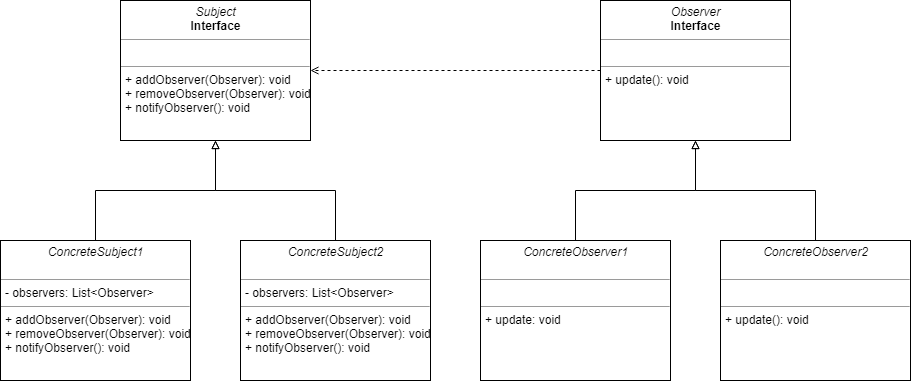
Above: observer-pattern/observer-pattern.png in kan01234/design-patterns (draw.io), before the change. Source tidied: cells renumbered, new cells last; positions are measured from the earlier drawing's top-left corner, leaving out a move shared by most shapes. Its diagram source:
```xml
<mxGraphModel>
  <root>
    <mxCell id="0" />
    <mxCell id="1" parent="0" />
    <mxCell id="2" value="&lt;p style=&quot;margin: 0px ; margin-top: 4px ; text-align: center&quot;&gt;&lt;i&gt;Subject&lt;/i&gt;&lt;br&gt;&lt;b&gt;Interface&lt;/b&gt;&lt;/p&gt;&lt;hr size=&quot;1&quot;&gt;&lt;p style=&quot;margin: 0px ; margin-left: 4px&quot;&gt;&lt;br&gt;&lt;/p&gt;&lt;hr size=&quot;1&quot;&gt;&lt;p style=&quot;margin: 0px ; margin-left: 4px&quot;&gt;+ addObserver(Observer): void&lt;br&gt;+ removeObserver(Observer): void&lt;/p&gt;&lt;p style=&quot;margin: 0px ; margin-left: 4px&quot;&gt;+ notifyObserver(): void&lt;/p&gt;" style="verticalAlign=top;align=left;overflow=fill;fontSize=12;fontFamily=Helvetica;html=1;" parent="1" vertex="1">
      <mxGeometry x="120" width="190" height="140" as="geometry" />
    </mxCell>
    <mxCell id="3" style="edgeStyle=orthogonalEdgeStyle;rounded=0;jettySize=auto;html=1;exitX=0;exitY=0.5;exitDx=0;exitDy=0;entryX=1;entryY=0.5;entryDx=0;entryDy=0;dashed=1;endArrow=open;endFill=0;" parent="1" edge="1" source="4" target="2">
      <mxGeometry relative="1" as="geometry" />
    </mxCell>
    <mxCell id="4" value="&lt;p style=&quot;margin: 0px ; margin-top: 4px ; text-align: center&quot;&gt;&lt;i&gt;Observer&lt;/i&gt;&lt;br&gt;&lt;b&gt;Interface&lt;/b&gt;&lt;/p&gt;&lt;hr size=&quot;1&quot;&gt;&lt;p style=&quot;margin: 0px ; margin-left: 4px&quot;&gt;&lt;br&gt;&lt;/p&gt;&lt;hr size=&quot;1&quot;&gt;&lt;p style=&quot;margin: 0px ; margin-left: 4px&quot;&gt;+ update(): void&lt;br&gt;&lt;br&gt;&lt;/p&gt;" style="verticalAlign=top;align=left;overflow=fill;fontSize=12;fontFamily=Helvetica;html=1;" parent="1" vertex="1">
      <mxGeometry x="600" width="190" height="140" as="geometry" />
    </mxCell>
    <mxCell id="5" style="edgeStyle=orthogonalEdgeStyle;rounded=0;jettySize=auto;html=1;exitX=0.5;exitY=0;exitDx=0;exitDy=0;entryX=0.5;entryY=1;entryDx=0;entryDy=0;endArrow=block;endFill=0;" parent="1" edge="1" source="6" target="2">
      <mxGeometry relative="1" as="geometry" />
    </mxCell>
    <mxCell id="6" value="&lt;p style=&quot;margin: 0px ; margin-top: 4px ; text-align: center&quot;&gt;&lt;i&gt;ConcreteSubject1&lt;/i&gt;&lt;br&gt;&lt;br&gt;&lt;/p&gt;&lt;hr size=&quot;1&quot;&gt;&lt;p style=&quot;margin: 0px ; margin-left: 4px&quot;&gt;- observers: List&amp;lt;Observer&amp;gt;&lt;/p&gt;&lt;hr size=&quot;1&quot;&gt;&lt;p style=&quot;margin: 0px ; margin-left: 4px&quot;&gt;+ addObserver(Observer): void&lt;br&gt;+ removeObserver(Observer): void&lt;/p&gt;&lt;p style=&quot;margin: 0px ; margin-left: 4px&quot;&gt;+ notifyObserver(): void&lt;/p&gt;" style="verticalAlign=top;align=left;overflow=fill;fontSize=12;fontFamily=Helvetica;html=1;" parent="1" vertex="1">
      <mxGeometry y="240" width="190" height="140" as="geometry" />
    </mxCell>
    <mxCell id="7" style="edgeStyle=orthogonalEdgeStyle;rounded=0;jettySize=auto;html=1;exitX=0.5;exitY=0;exitDx=0;exitDy=0;endArrow=block;endFill=0;entryX=0.5;entryY=1;entryDx=0;entryDy=0;" parent="1" edge="1" source="8" target="2">
      <mxGeometry relative="1" as="geometry" />
    </mxCell>
    <mxCell id="8" value="&lt;p style=&quot;margin: 0px ; margin-top: 4px ; text-align: center&quot;&gt;&lt;i&gt;ConcreteSubject2&lt;/i&gt;&lt;br&gt;&lt;br&gt;&lt;/p&gt;&lt;hr size=&quot;1&quot;&gt;&lt;p style=&quot;margin: 0px ; margin-left: 4px&quot;&gt;- observers: List&amp;lt;Observer&amp;gt;&lt;/p&gt;&lt;hr size=&quot;1&quot;&gt;&lt;p style=&quot;margin: 0px ; margin-left: 4px&quot;&gt;+ addObserver(Observer): void&lt;br&gt;+ removeObserver(Observer): void&lt;/p&gt;&lt;p style=&quot;margin: 0px ; margin-left: 4px&quot;&gt;+ notifyObserver(): void&lt;/p&gt;" style="verticalAlign=top;align=left;overflow=fill;fontSize=12;fontFamily=Helvetica;html=1;" parent="1" vertex="1">
      <mxGeometry x="240" y="240" width="190" height="140" as="geometry" />
    </mxCell>
    <mxCell id="9" style="edgeStyle=orthogonalEdgeStyle;rounded=0;jettySize=auto;html=1;exitX=0.5;exitY=0;exitDx=0;exitDy=0;entryX=0.5;entryY=1;entryDx=0;entryDy=0;endArrow=block;endFill=0;" parent="1" edge="1" source="10" target="4">
      <mxGeometry relative="1" as="geometry" />
    </mxCell>
    <mxCell id="10" value="&lt;p style=&quot;margin: 0px ; margin-top: 4px ; text-align: center&quot;&gt;&lt;i&gt;ConcreteObserver1&lt;/i&gt;&lt;br&gt;&lt;br&gt;&lt;/p&gt;&lt;hr size=&quot;1&quot;&gt;&lt;p style=&quot;margin: 0px ; margin-left: 4px&quot;&gt;&lt;br&gt;&lt;/p&gt;&lt;hr size=&quot;1&quot;&gt;&lt;p style=&quot;margin: 0px ; margin-left: 4px&quot;&gt;+ update: void&lt;/p&gt;" style="verticalAlign=top;align=left;overflow=fill;fontSize=12;fontFamily=Helvetica;html=1;" parent="1" vertex="1">
      <mxGeometry x="480" y="240" width="190" height="140" as="geometry" />
    </mxCell>
    <mxCell id="11" style="edgeStyle=orthogonalEdgeStyle;rounded=0;jettySize=auto;html=1;exitX=0.5;exitY=0;exitDx=0;exitDy=0;entryX=0.5;entryY=1;entryDx=0;entryDy=0;endArrow=block;endFill=0;" parent="1" edge="1" source="12" target="4">
      <mxGeometry relative="1" as="geometry" />
    </mxCell>
    <mxCell id="12" value="&lt;p style=&quot;margin: 0px ; margin-top: 4px ; text-align: center&quot;&gt;&lt;i&gt;ConcreteObserver2&lt;/i&gt;&lt;br&gt;&lt;br&gt;&lt;/p&gt;&lt;hr size=&quot;1&quot;&gt;&lt;p style=&quot;margin: 0px ; margin-left: 4px&quot;&gt;&lt;br&gt;&lt;/p&gt;&lt;hr size=&quot;1&quot;&gt;&lt;p style=&quot;margin: 0px ; margin-left: 4px&quot;&gt;+ update(): void&lt;/p&gt;" style="verticalAlign=top;align=left;overflow=fill;fontSize=12;fontFamily=Helvetica;html=1;" parent="1" vertex="1">
      <mxGeometry x="720" y="240" width="190" height="140" as="geometry" />
    </mxCell>
  </root>
</mxGraphModel>
```
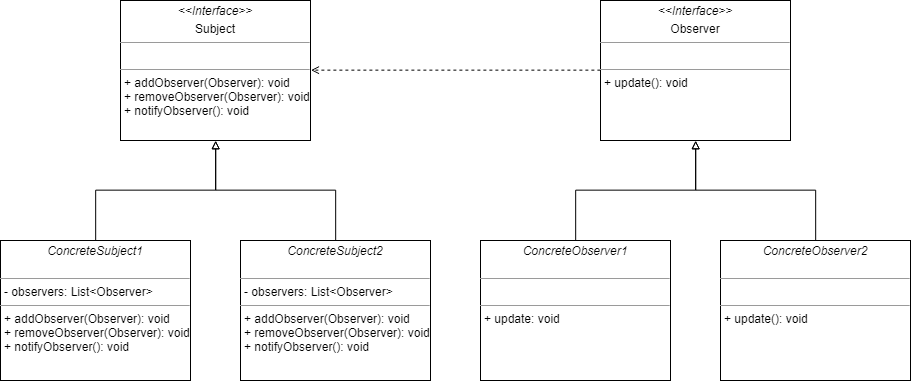
Above is the later version.

The edit, as a diff of the source:
```diff
@@ -1,38 +1,38 @@
 <mxGraphModel>
   <root>
-    <mxCell id="0" />
-    <mxCell id="1" parent="0" />
-    <mxCell id="2" value="&lt;p style=&quot;margin: 0px ; margin-top: 4px ; text-align: center&quot;&gt;&lt;i&gt;Subject&lt;/i&gt;&lt;br&gt;&lt;b&gt;Interface&lt;/b&gt;&lt;/p&gt;&lt;hr size=&quot;1&quot;&gt;&lt;p style=&quot;margin: 0px ; margin-left: 4px&quot;&gt;&lt;br&gt;&lt;/p&gt;&lt;hr size=&quot;1&quot;&gt;&lt;p style=&quot;margin: 0px ; margin-left: 4px&quot;&gt;+ addObserver(Observer): void&lt;br&gt;+ removeObserver(Observer): void&lt;/p&gt;&lt;p style=&quot;margin: 0px ; margin-left: 4px&quot;&gt;+ notifyObserver(): void&lt;/p&gt;" style="verticalAlign=top;align=left;overflow=fill;fontSize=12;fontFamily=Helvetica;html=1;" parent="1" vertex="1">
-      <mxGeometry x="120" width="190" height="140" as="geometry" />
-    </mxCell>
-    <mxCell id="3" style="edgeStyle=orthogonalEdgeStyle;rounded=0;jettySize=auto;html=1;exitX=0;exitY=0.5;exitDx=0;exitDy=0;entryX=1;entryY=0.5;entryDx=0;entryDy=0;dashed=1;endArrow=open;endFill=0;" parent="1" edge="1" source="4" target="2">
-      <mxGeometry relative="1" as="geometry" />
-    </mxCell>
-    <mxCell id="4" value="&lt;p style=&quot;margin: 0px ; margin-top: 4px ; text-align: center&quot;&gt;&lt;i&gt;Observer&lt;/i&gt;&lt;br&gt;&lt;b&gt;Interface&lt;/b&gt;&lt;/p&gt;&lt;hr size=&quot;1&quot;&gt;&lt;p style=&quot;margin: 0px ; margin-left: 4px&quot;&gt;&lt;br&gt;&lt;/p&gt;&lt;hr size=&quot;1&quot;&gt;&lt;p style=&quot;margin: 0px ; margin-left: 4px&quot;&gt;+ update(): void&lt;br&gt;&lt;br&gt;&lt;/p&gt;" style="verticalAlign=top;align=left;overflow=fill;fontSize=12;fontFamily=Helvetica;html=1;" parent="1" vertex="1">
-      <mxGeometry x="600" width="190" height="140" as="geometry" />
-    </mxCell>
-    <mxCell id="5" style="edgeStyle=orthogonalEdgeStyle;rounded=0;jettySize=auto;html=1;exitX=0.5;exitY=0;exitDx=0;exitDy=0;entryX=0.5;entryY=1;entryDx=0;entryDy=0;endArrow=block;endFill=0;" parent="1" edge="1" source="6" target="2">
-      <mxGeometry relative="1" as="geometry" />
-    </mxCell>
+    <mxCell id="13" />
+    <mxCell id="14" parent="13" />
+    <mxCell id="15" value="&lt;p style=&quot;margin: 0px ; margin-top: 4px ; text-align: center&quot;&gt;&lt;i&gt;&amp;lt;&amp;lt;Interface&amp;gt;&amp;gt;&lt;/i&gt;&lt;/p&gt;&lt;p style=&quot;margin: 0px ; margin-top: 4px ; text-align: center&quot;&gt;Subject&lt;br&gt;&lt;/p&gt;&lt;hr size=&quot;1&quot;&gt;&lt;p style=&quot;margin: 0px ; margin-left: 4px&quot;&gt;&lt;br&gt;&lt;/p&gt;&lt;hr size=&quot;1&quot;&gt;&lt;p style=&quot;margin: 0px ; margin-left: 4px&quot;&gt;+ addObserver(Observer): void&lt;br&gt;+ removeObserver(Observer): void&lt;/p&gt;&lt;p style=&quot;margin: 0px ; margin-left: 4px&quot;&gt;+ notifyObserver(): void&lt;/p&gt;" style="verticalAlign=top;align=left;overflow=fill;fontSize=12;fontFamily=Helvetica;html=1;" parent="14" vertex="1">
+      <mxGeometry x="120" width="190" height="140" as="geometry" />
+    </mxCell>
+    <mxCell id="16" style="edgeStyle=orthogonalEdgeStyle;rounded=0;jettySize=auto;html=1;exitX=0;exitY=0.5;exitDx=0;exitDy=0;entryX=1;entryY=0.5;entryDx=0;entryDy=0;dashed=1;endArrow=open;endFill=0;" parent="14" edge="1" source="17" target="15">
+      <mxGeometry relative="1" as="geometry" />
+    </mxCell>
+    <mxCell id="17" value="&lt;p style=&quot;margin: 0px ; margin-top: 4px ; text-align: center&quot;&gt;&lt;i&gt;&amp;lt;&amp;lt;Interface&amp;gt;&amp;gt;&lt;/i&gt;&lt;/p&gt;&lt;p style=&quot;margin: 0px ; margin-top: 4px ; text-align: center&quot;&gt;Observer&lt;br&gt;&lt;/p&gt;&lt;hr size=&quot;1&quot;&gt;&lt;p style=&quot;margin: 0px ; margin-left: 4px&quot;&gt;&lt;br&gt;&lt;/p&gt;&lt;hr size=&quot;1&quot;&gt;&lt;p style=&quot;margin: 0px ; margin-left: 4px&quot;&gt;+ update(): void&lt;br&gt;&lt;br&gt;&lt;/p&gt;" style="verticalAlign=top;align=left;overflow=fill;fontSize=12;fontFamily=Helvetica;html=1;" parent="14" vertex="1">
+      <mxGeometry x="600" width="190" height="140" as="geometry" />
+    </mxCell>
+    <mxCell id="18" style="edgeStyle=orthogonalEdgeStyle;rounded=0;jettySize=auto;html=1;exitX=0.5;exitY=0;exitDx=0;exitDy=0;entryX=0.5;entryY=1;entryDx=0;entryDy=0;endArrow=block;endFill=0;" parent="14" edge="1" source="6" target="15">
+      <mxGeometry relative="1" as="geometry" />
+    </mxCell>
-    <mxCell id="6" value="&lt;p style=&quot;margin: 0px ; margin-top: 4px ; text-align: center&quot;&gt;&lt;i&gt;ConcreteSubject1&lt;/i&gt;&lt;br&gt;&lt;br&gt;&lt;/p&gt;&lt;hr size=&quot;1&quot;&gt;&lt;p style=&quot;margin: 0px ; margin-left: 4px&quot;&gt;- observers: List&amp;lt;Observer&amp;gt;&lt;/p&gt;&lt;hr size=&quot;1&quot;&gt;&lt;p style=&quot;margin: 0px ; margin-left: 4px&quot;&gt;+ addObserver(Observer): void&lt;br&gt;+ removeObserver(Observer): void&lt;/p&gt;&lt;p style=&quot;margin: 0px ; margin-left: 4px&quot;&gt;+ notifyObserver(): void&lt;/p&gt;" style="verticalAlign=top;align=left;overflow=fill;fontSize=12;fontFamily=Helvetica;html=1;" parent="1" vertex="1">
+    <mxCell id="6" value="&lt;p style=&quot;margin: 0px ; margin-top: 4px ; text-align: center&quot;&gt;&lt;i&gt;ConcreteSubject1&lt;/i&gt;&lt;br&gt;&lt;br&gt;&lt;/p&gt;&lt;hr size=&quot;1&quot;&gt;&lt;p style=&quot;margin: 0px ; margin-left: 4px&quot;&gt;- observers: List&amp;lt;Observer&amp;gt;&lt;/p&gt;&lt;hr size=&quot;1&quot;&gt;&lt;p style=&quot;margin: 0px ; margin-left: 4px&quot;&gt;+ addObserver(Observer): void&lt;br&gt;+ removeObserver(Observer): void&lt;/p&gt;&lt;p style=&quot;margin: 0px ; margin-left: 4px&quot;&gt;+ notifyObserver(): void&lt;/p&gt;" style="verticalAlign=top;align=left;overflow=fill;fontSize=12;fontFamily=Helvetica;html=1;" parent="14" vertex="1">
       <mxGeometry y="240" width="190" height="140" as="geometry" />
     </mxCell>
-    <mxCell id="7" style="edgeStyle=orthogonalEdgeStyle;rounded=0;jettySize=auto;html=1;exitX=0.5;exitY=0;exitDx=0;exitDy=0;endArrow=block;endFill=0;entryX=0.5;entryY=1;entryDx=0;entryDy=0;" parent="1" edge="1" source="8" target="2">
-      <mxGeometry relative="1" as="geometry" />
-    </mxCell>
+    <mxCell id="19" style="edgeStyle=orthogonalEdgeStyle;rounded=0;jettySize=auto;html=1;exitX=0.5;exitY=0;exitDx=0;exitDy=0;endArrow=block;endFill=0;entryX=0.5;entryY=1;entryDx=0;entryDy=0;" parent="14" edge="1" source="8" target="15">
+      <mxGeometry relative="1" as="geometry" />
+    </mxCell>
-    <mxCell id="8" value="&lt;p style=&quot;margin: 0px ; margin-top: 4px ; text-align: center&quot;&gt;&lt;i&gt;ConcreteSubject2&lt;/i&gt;&lt;br&gt;&lt;br&gt;&lt;/p&gt;&lt;hr size=&quot;1&quot;&gt;&lt;p style=&quot;margin: 0px ; margin-left: 4px&quot;&gt;- observers: List&amp;lt;Observer&amp;gt;&lt;/p&gt;&lt;hr size=&quot;1&quot;&gt;&lt;p style=&quot;margin: 0px ; margin-left: 4px&quot;&gt;+ addObserver(Observer): void&lt;br&gt;+ removeObserver(Observer): void&lt;/p&gt;&lt;p style=&quot;margin: 0px ; margin-left: 4px&quot;&gt;+ notifyObserver(): void&lt;/p&gt;" style="verticalAlign=top;align=left;overflow=fill;fontSize=12;fontFamily=Helvetica;html=1;" parent="1" vertex="1">
+    <mxCell id="8" value="&lt;p style=&quot;margin: 0px ; margin-top: 4px ; text-align: center&quot;&gt;&lt;i&gt;ConcreteSubject2&lt;/i&gt;&lt;br&gt;&lt;br&gt;&lt;/p&gt;&lt;hr size=&quot;1&quot;&gt;&lt;p style=&quot;margin: 0px ; margin-left: 4px&quot;&gt;- observers: List&amp;lt;Observer&amp;gt;&lt;/p&gt;&lt;hr size=&quot;1&quot;&gt;&lt;p style=&quot;margin: 0px ; margin-left: 4px&quot;&gt;+ addObserver(Observer): void&lt;br&gt;+ removeObserver(Observer): void&lt;/p&gt;&lt;p style=&quot;margin: 0px ; margin-left: 4px&quot;&gt;+ notifyObserver(): void&lt;/p&gt;" style="verticalAlign=top;align=left;overflow=fill;fontSize=12;fontFamily=Helvetica;html=1;" parent="14" vertex="1">
       <mxGeometry x="240" y="240" width="190" height="140" as="geometry" />
     </mxCell>
-    <mxCell id="9" style="edgeStyle=orthogonalEdgeStyle;rounded=0;jettySize=auto;html=1;exitX=0.5;exitY=0;exitDx=0;exitDy=0;entryX=0.5;entryY=1;entryDx=0;entryDy=0;endArrow=block;endFill=0;" parent="1" edge="1" source="10" target="4">
-      <mxGeometry relative="1" as="geometry" />
-    </mxCell>
+    <mxCell id="20" style="edgeStyle=orthogonalEdgeStyle;rounded=0;jettySize=auto;html=1;exitX=0.5;exitY=0;exitDx=0;exitDy=0;entryX=0.5;entryY=1;entryDx=0;entryDy=0;endArrow=block;endFill=0;" parent="14" edge="1" source="10" target="17">
+      <mxGeometry relative="1" as="geometry" />
+    </mxCell>
-    <mxCell id="10" value="&lt;p style=&quot;margin: 0px ; margin-top: 4px ; text-align: center&quot;&gt;&lt;i&gt;ConcreteObserver1&lt;/i&gt;&lt;br&gt;&lt;br&gt;&lt;/p&gt;&lt;hr size=&quot;1&quot;&gt;&lt;p style=&quot;margin: 0px ; margin-left: 4px&quot;&gt;&lt;br&gt;&lt;/p&gt;&lt;hr size=&quot;1&quot;&gt;&lt;p style=&quot;margin: 0px ; margin-left: 4px&quot;&gt;+ update: void&lt;/p&gt;" style="verticalAlign=top;align=left;overflow=fill;fontSize=12;fontFamily=Helvetica;html=1;" parent="1" vertex="1">
+    <mxCell id="10" value="&lt;p style=&quot;margin: 0px ; margin-top: 4px ; text-align: center&quot;&gt;&lt;i&gt;ConcreteObserver1&lt;/i&gt;&lt;br&gt;&lt;br&gt;&lt;/p&gt;&lt;hr size=&quot;1&quot;&gt;&lt;p style=&quot;margin: 0px ; margin-left: 4px&quot;&gt;&lt;br&gt;&lt;/p&gt;&lt;hr size=&quot;1&quot;&gt;&lt;p style=&quot;margin: 0px ; margin-left: 4px&quot;&gt;+ update: void&lt;/p&gt;" style="verticalAlign=top;align=left;overflow=fill;fontSize=12;fontFamily=Helvetica;html=1;" parent="14" vertex="1">
       <mxGeometry x="480" y="240" width="190" height="140" as="geometry" />
     </mxCell>
-    <mxCell id="11" style="edgeStyle=orthogonalEdgeStyle;rounded=0;jettySize=auto;html=1;exitX=0.5;exitY=0;exitDx=0;exitDy=0;entryX=0.5;entryY=1;entryDx=0;entryDy=0;endArrow=block;endFill=0;" parent="1" edge="1" source="12" target="4">
-      <mxGeometry relative="1" as="geometry" />
-    </mxCell>
+    <mxCell id="21" style="edgeStyle=orthogonalEdgeStyle;rounded=0;jettySize=auto;html=1;exitX=0.5;exitY=0;exitDx=0;exitDy=0;entryX=0.5;entryY=1;entryDx=0;entryDy=0;endArrow=block;endFill=0;" parent="14" edge="1" source="12" target="17">
+      <mxGeometry relative="1" as="geometry" />
+    </mxCell>
-    <mxCell id="12" value="&lt;p style=&quot;margin: 0px ; margin-top: 4px ; text-align: center&quot;&gt;&lt;i&gt;ConcreteObserver2&lt;/i&gt;&lt;br&gt;&lt;br&gt;&lt;/p&gt;&lt;hr size=&quot;1&quot;&gt;&lt;p style=&quot;margin: 0px ; margin-left: 4px&quot;&gt;&lt;br&gt;&lt;/p&gt;&lt;hr size=&quot;1&quot;&gt;&lt;p style=&quot;margin: 0px ; margin-left: 4px&quot;&gt;+ update(): void&lt;/p&gt;" style="verticalAlign=top;align=left;overflow=fill;fontSize=12;fontFamily=Helvetica;html=1;" parent="1" vertex="1">
+    <mxCell id="12" value="&lt;p style=&quot;margin: 0px ; margin-top: 4px ; text-align: center&quot;&gt;&lt;i&gt;ConcreteObserver2&lt;/i&gt;&lt;br&gt;&lt;br&gt;&lt;/p&gt;&lt;hr size=&quot;1&quot;&gt;&lt;p style=&quot;margin: 0px ; margin-left: 4px&quot;&gt;&lt;br&gt;&lt;/p&gt;&lt;hr size=&quot;1&quot;&gt;&lt;p style=&quot;margin: 0px ; margin-left: 4px&quot;&gt;+ update(): void&lt;/p&gt;" style="verticalAlign=top;align=left;overflow=fill;fontSize=12;fontFamily=Helvetica;html=1;" parent="14" vertex="1">
       <mxGeometry x="720" y="240" width="190" height="140" as="geometry" />
     </mxCell>
   </root>
```
